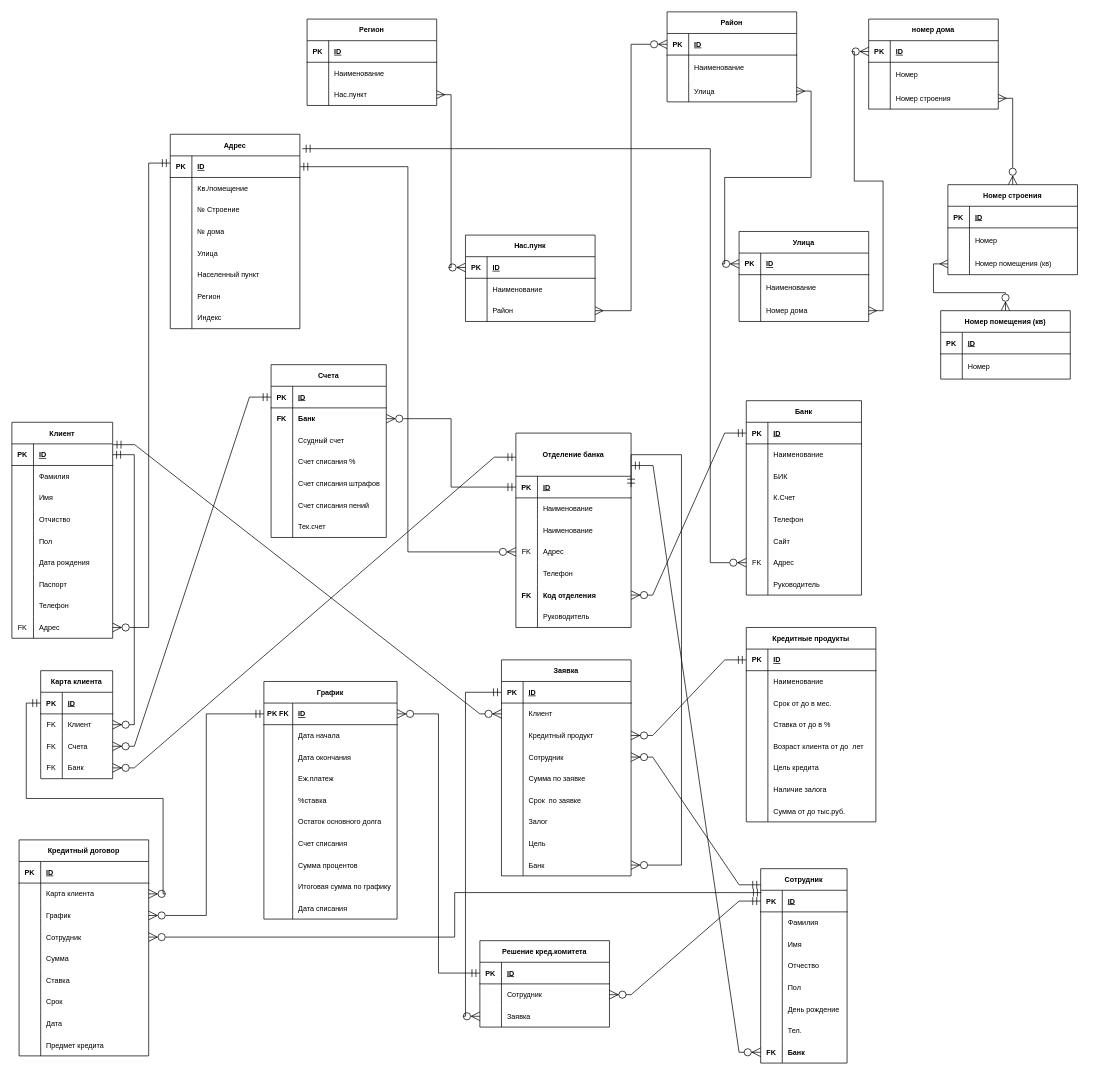
The draw.io diagram Диаграмма без названия.drawio in RadmirSalikhov/job4j_elementary, before the edit. Source tidied: cells renumbered, new cells numbered last; positions are measured from the earlier drawing's top-left corner, leaving out a move shared by most shapes. Both pictures are drawn from the tidied source at 72%, with x=0, y=0 at pixel (12, 12).
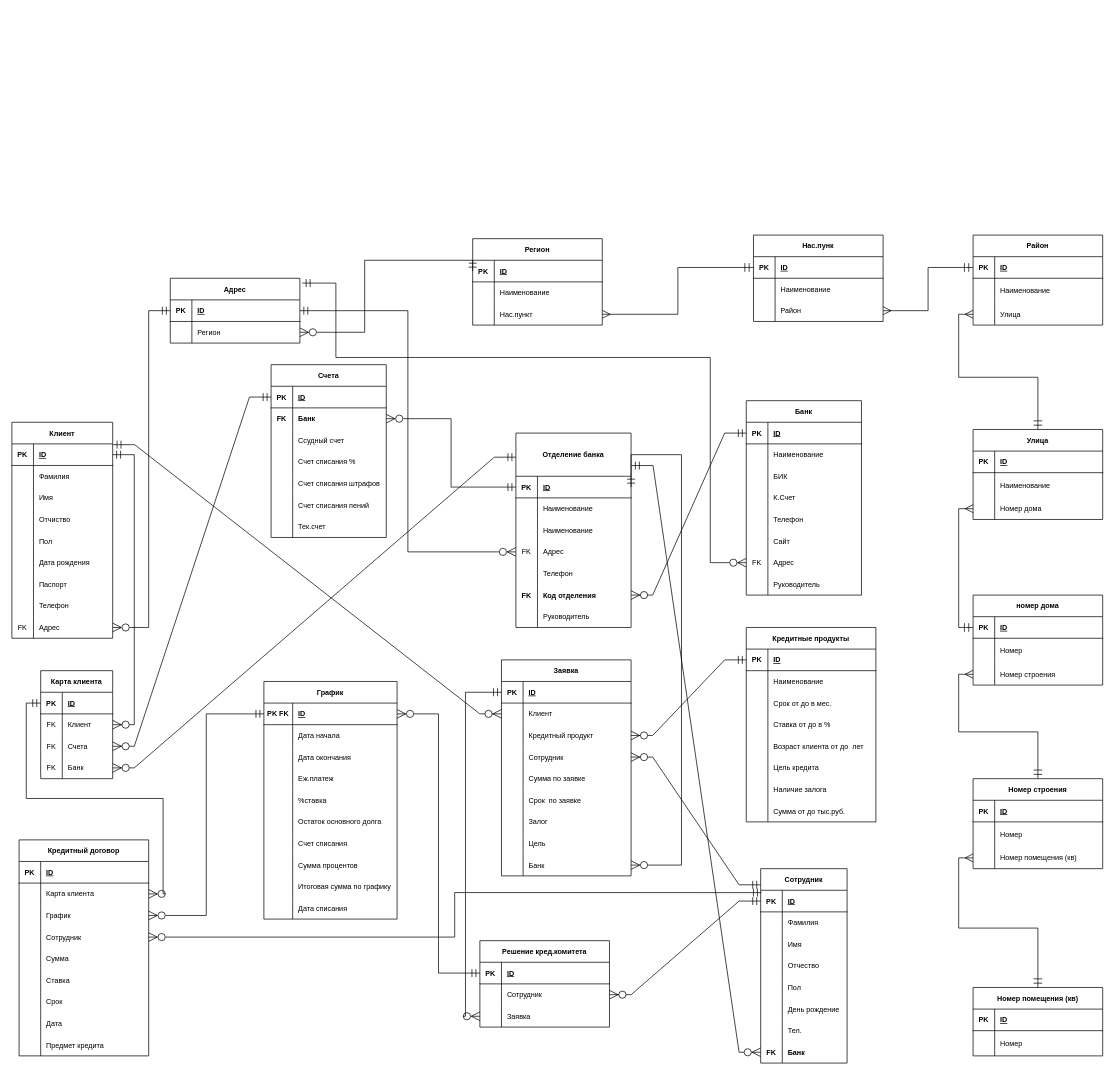
The same page after the edit.

Unchanged cells that the change refers to:
```xml
<mxCell id="27" style="shape=tableRow;horizontal=0;startSize=0;swimlaneHead=0;swimlaneBody=0;fillColor=none;points=[[0,0.5],[1,0.5]];portConstraint=eastwest;top=0;left=0;right=0;bottom=0;fontSize=10;" parent="2" vertex="1">
  <mxGeometry y="270" width="140" height="30" as="geometry" />
</mxCell>
<mxCell id="131" style="shape=tableRow;horizontal=0;startSize=0;swimlaneHead=0;swimlaneBody=0;fillColor=none;points=[[0,0.5],[1,0.5]];portConstraint=eastwest;top=0;left=0;right=0;bottom=0;fontSize=10;" parent="112" vertex="1">
  <mxGeometry y="210" width="160" height="30" as="geometry" />
</mxCell>
<mxCell id="167" style="shape=tableRow;horizontal=0;startSize=0;swimlaneHead=0;swimlaneBody=0;fillColor=none;points=[[0,0.5],[1,0.5]];portConstraint=eastwest;top=0;left=0;right=0;bottom=1;fontSize=10;" parent="166" vertex="1">
  <mxGeometry y="30" width="180" height="30" as="geometry" />
</mxCell>
<mxCell id="170" style="shape=tableRow;horizontal=0;startSize=0;swimlaneHead=0;swimlaneBody=0;fillColor=none;points=[[0,0.5],[1,0.5]];portConstraint=eastwest;top=0;left=0;right=0;bottom=0;fontSize=10;" parent="166" vertex="1">
  <mxGeometry y="60" width="180" height="30" as="geometry" />
</mxCell>
<mxCell id="305" style="shape=tableRow;horizontal=0;startSize=0;swimlaneHead=0;swimlaneBody=0;fillColor=none;points=[[0,0.5],[1,0.5]];portConstraint=eastwest;top=0;left=0;right=0;bottom=1;fontSize=10;" parent="304" vertex="1">
  <mxGeometry y="30" width="180" height="30" as="geometry" />
</mxCell>
<mxCell id="311" style="shape=tableRow;horizontal=0;startSize=0;swimlaneHead=0;swimlaneBody=0;fillColor=none;points=[[0,0.5],[1,0.5]];portConstraint=eastwest;top=0;left=0;right=0;bottom=0;fontSize=10;" parent="304" vertex="1">
  <mxGeometry y="90" width="180" height="30" as="geometry" />
</mxCell>
<mxCell id="315" style="shape=tableRow;horizontal=0;startSize=0;swimlaneHead=0;swimlaneBody=0;fillColor=none;points=[[0,0.5],[1,0.5]];portConstraint=eastwest;top=0;left=0;right=0;bottom=1;fontSize=10;" parent="314" vertex="1">
  <mxGeometry y="30" width="180" height="30" as="geometry" />
</mxCell>
<mxCell id="321" style="shape=tableRow;horizontal=0;startSize=0;swimlaneHead=0;swimlaneBody=0;fillColor=none;points=[[0,0.5],[1,0.5]];portConstraint=eastwest;top=0;left=0;right=0;bottom=0;fontSize=10;" parent="314" vertex="1">
  <mxGeometry y="90" width="180" height="30" as="geometry" />
</mxCell>
<mxCell id="325" style="shape=tableRow;horizontal=0;startSize=0;swimlaneHead=0;swimlaneBody=0;fillColor=none;points=[[0,0.5],[1,0.5]];portConstraint=eastwest;top=0;left=0;right=0;bottom=1;fontSize=10;" parent="324" vertex="1">
  <mxGeometry y="30" width="180" height="30" as="geometry" />
</mxCell>
<mxCell id="331" style="shape=tableRow;horizontal=0;startSize=0;swimlaneHead=0;swimlaneBody=0;fillColor=none;points=[[0,0.5],[1,0.5]];portConstraint=eastwest;top=0;left=0;right=0;bottom=0;fontSize=10;" parent="324" vertex="1">
  <mxGeometry y="95" width="180" height="30" as="geometry" />
</mxCell>
<mxCell id="336" style="shape=tableRow;horizontal=0;startSize=0;swimlaneHead=0;swimlaneBody=0;fillColor=none;points=[[0,0.5],[1,0.5]];portConstraint=eastwest;top=0;left=0;right=0;bottom=1;fontSize=10;" parent="335" vertex="1">
  <mxGeometry y="30" width="180" height="30" as="geometry" />
</mxCell>
<mxCell id="342" style="shape=tableRow;horizontal=0;startSize=0;swimlaneHead=0;swimlaneBody=0;fillColor=none;points=[[0,0.5],[1,0.5]];portConstraint=eastwest;top=0;left=0;right=0;bottom=0;fontSize=10;" parent="335" vertex="1">
  <mxGeometry y="95" width="180" height="30" as="geometry" />
</mxCell>
<mxCell id="347" style="shape=tableRow;horizontal=0;startSize=0;swimlaneHead=0;swimlaneBody=0;fillColor=none;points=[[0,0.5],[1,0.5]];portConstraint=eastwest;top=0;left=0;right=0;bottom=1;fontSize=10;" parent="346" vertex="1">
  <mxGeometry y="30" width="180" height="30" as="geometry" />
</mxCell>
<mxCell id="353" style="shape=tableRow;horizontal=0;startSize=0;swimlaneHead=0;swimlaneBody=0;fillColor=none;points=[[0,0.5],[1,0.5]];portConstraint=eastwest;top=0;left=0;right=0;bottom=0;fontSize=10;" parent="346" vertex="1">
  <mxGeometry y="95" width="180" height="30" as="geometry" />
</mxCell>
<mxCell id="364" style="shape=tableRow;horizontal=0;startSize=0;swimlaneHead=0;swimlaneBody=0;fillColor=none;points=[[0,0.5],[1,0.5]];portConstraint=eastwest;top=0;left=0;right=0;bottom=0;fontSize=10;" parent="357" vertex="1">
  <mxGeometry y="95" width="180" height="30" as="geometry" />
</mxCell>
```

The edit, as a diff of the source:
```diff
@@
     <mxCell id="166" value="Адрес" style="shape=table;startSize=30;childLayout=tableLayout;rowLines=0;fontStyle=1;align=center;fontSize=10;" parent="1" vertex="1">
-      <mxGeometry x="220" y="170" width="180" height="270" as="geometry" />
+      <mxGeometry x="220" y="370" width="180" height="90" as="geometry" />
     </mxCell>
@@
-    <mxCell id="172" value="Кв./помещение" style="shape=partialRectangle;fillColor=none;top=0;left=0;bottom=0;right=0;align=left;spacingLeft=6;overflow=hidden;fontSize=10;" parent="170" vertex="1">
+    <mxCell id="172" value="Регион" style="shape=partialRectangle;fillColor=none;top=0;left=0;bottom=0;right=0;align=left;spacingLeft=6;overflow=hidden;fontSize=10;" parent="170" vertex="1">
       <mxGeometry x="30" width="150" height="30" as="geometry" />
     </mxCell>
-    <mxCell id="173" style="shape=tableRow;horizontal=0;startSize=0;swimlaneHead=0;swimlaneBody=0;fillColor=none;top=0;left=0;right=0;bottom=0;fontSize=10;" parent="166" vertex="1">
-      <mxGeometry y="90" width="180" height="30" as="geometry" />
-    </mxCell>
-    <mxCell id="174" style="shape=partialRectangle;fillColor=none;top=0;left=0;bottom=0;right=0;overflow=hidden;fontSize=10;" parent="173" vertex="1">
-      <mxGeometry width="30" height="30" as="geometry" />
-    </mxCell>
-    <mxCell id="175" value="№ Строение" style="shape=partialRectangle;fillColor=none;top=0;left=0;bottom=0;right=0;align=left;spacingLeft=6;overflow=hidden;fontSize=10;" parent="173" vertex="1">
-      <mxGeometry x="30" width="150" height="30" as="geometry" />
-    </mxCell>
-    <mxCell id="176" style="shape=tableRow;horizontal=0;startSize=0;swimlaneHead=0;swimlaneBody=0;fillColor=none;top=0;left=0;right=0;bottom=0;fontSize=10;" parent="166" vertex="1">
-      <mxGeometry y="120" width="180" height="30" as="geometry" />
-    </mxCell>
-    <mxCell id="177" style="shape=partialRectangle;fillColor=none;top=0;left=0;bottom=0;right=0;overflow=hidden;fontSize=10;" parent="176" vertex="1">
-      <mxGeometry width="30" height="30" as="geometry" />
-    </mxCell>
-    <mxCell id="178" value="№ дома" style="shape=partialRectangle;fillColor=none;top=0;left=0;bottom=0;right=0;align=left;spacingLeft=6;overflow=hidden;fontSize=10;" parent="176" vertex="1">
-      <mxGeometry x="30" width="150" height="30" as="geometry" />
-    </mxCell>
-    <mxCell id="179" style="shape=tableRow;horizontal=0;startSize=0;swimlaneHead=0;swimlaneBody=0;fillColor=none;top=0;left=0;right=0;bottom=0;fontSize=10;" parent="166" vertex="1">
-      <mxGeometry y="150" width="180" height="30" as="geometry" />
-    </mxCell>
-    <mxCell id="180" style="shape=partialRectangle;fillColor=none;top=0;left=0;bottom=0;right=0;overflow=hidden;fontSize=10;" parent="179" vertex="1">
-      <mxGeometry width="30" height="30" as="geometry" />
-    </mxCell>
-    <mxCell id="181" value="Улица" style="shape=partialRectangle;fillColor=none;top=0;left=0;bottom=0;right=0;align=left;spacingLeft=6;overflow=hidden;fontSize=10;" parent="179" vertex="1">
-      <mxGeometry x="30" width="150" height="30" as="geometry" />
-    </mxCell>
-    <mxCell id="182" style="shape=tableRow;horizontal=0;startSize=0;swimlaneHead=0;swimlaneBody=0;fillColor=none;top=0;left=0;right=0;bottom=0;fontSize=10;" parent="166" vertex="1">
-      <mxGeometry y="180" width="180" height="30" as="geometry" />
-    </mxCell>
-    <mxCell id="183" style="shape=partialRectangle;fillColor=none;top=0;left=0;bottom=0;right=0;overflow=hidden;fontSize=10;" parent="182" vertex="1">
-      <mxGeometry width="30" height="30" as="geometry" />
-    </mxCell>
-    <mxCell id="184" value="Населенный пункт" style="shape=partialRectangle;fillColor=none;top=0;left=0;bottom=0;right=0;align=left;spacingLeft=6;overflow=hidden;fontSize=10;" parent="182" vertex="1">
-      <mxGeometry x="30" width="150" height="30" as="geometry" />
-    </mxCell>
-    <mxCell id="185" style="shape=tableRow;horizontal=0;startSize=0;swimlaneHead=0;swimlaneBody=0;fillColor=none;top=0;left=0;right=0;bottom=0;fontSize=10;" parent="166" vertex="1">
-      <mxGeometry y="210" width="180" height="30" as="geometry" />
-    </mxCell>
-    <mxCell id="186" style="shape=partialRectangle;fillColor=none;top=0;left=0;bottom=0;right=0;overflow=hidden;fontSize=10;" parent="185" vertex="1">
-      <mxGeometry width="30" height="30" as="geometry" />
-    </mxCell>
-    <mxCell id="187" value="Регион" style="shape=partialRectangle;fillColor=none;top=0;left=0;bottom=0;right=0;align=left;spacingLeft=6;overflow=hidden;fontSize=10;" parent="185" vertex="1">
-      <mxGeometry x="30" width="150" height="30" as="geometry" />
-    </mxCell>
-    <mxCell id="188" style="shape=tableRow;horizontal=0;startSize=0;swimlaneHead=0;swimlaneBody=0;fillColor=none;top=0;left=0;right=0;bottom=0;fontSize=10;" parent="166" vertex="1">
-      <mxGeometry y="240" width="180" height="30" as="geometry" />
-    </mxCell>
-    <mxCell id="189" style="shape=partialRectangle;fillColor=none;top=0;left=0;bottom=0;right=0;overflow=hidden;fontSize=10;" parent="188" vertex="1">
-      <mxGeometry width="30" height="30" as="geometry" />
-    </mxCell>
-    <mxCell id="190" value="Индекс" style="shape=partialRectangle;fillColor=none;top=0;left=0;bottom=0;right=0;align=left;spacingLeft=6;overflow=hidden;fontSize=10;" parent="188" vertex="1">
-      <mxGeometry x="30" width="150" height="30" as="geometry" />
-    </mxCell>
@@
     <mxCell id="301" style="edgeStyle=orthogonalEdgeStyle;rounded=0;jettySize=auto;html=1;exitX=1.018;exitY=0.074;exitDx=0;exitDy=0;entryX=0;entryY=0.5;entryDx=0;entryDy=0;fontSize=10;startArrow=ERmandOne;startFill=0;endArrow=ERzeroToMany;endFill=0;startSize=9;endSize=10;exitPerimeter=0;" parent="1" edge="1" source="166" target="131">
       <mxGeometry relative="1" as="geometry">
         <Array as="points">
-          <mxPoint x="970" y="190" />
+          <mxPoint x="450" y="377" />
+          <mxPoint x="450" y="480" />
+          <mxPoint x="970" y="480" />
           <mxPoint x="970" y="765" />
         </Array>
       </mxGeometry>
     </mxCell>
-    <mxCell id="302" style="edgeStyle=orthogonalEdgeStyle;rounded=0;jettySize=auto;html=1;entryX=1;entryY=0.5;entryDx=0;entryDy=0;fontSize=10;startArrow=ERmandOne;startFill=0;endArrow=ERzeroToMany;endFill=0;startSize=9;endSize=10;" parent="1" edge="1" target="27">
+    <mxCell id="302" style="edgeStyle=orthogonalEdgeStyle;rounded=0;jettySize=auto;html=1;entryX=1;entryY=0.5;entryDx=0;entryDy=0;fontSize=10;startArrow=ERmandOne;startFill=0;endArrow=ERzeroToMany;endFill=0;startSize=9;endSize=10;exitX=0;exitY=0.5;exitDx=0;exitDy=0;" parent="1" edge="1" source="167" target="27">
       <mxGeometry relative="1" as="geometry">
-        <mxPoint x="220" y="210" as="sourcePoint" />
         <Array as="points">
-          <mxPoint x="190" y="210" />
+          <mxPoint x="190" y="415" />
           <mxPoint x="190" y="855" />
         </Array>
       </mxGeometry>
     </mxCell>
-    <mxCell id="303" style="edgeStyle=orthogonalEdgeStyle;rounded=0;jettySize=auto;html=1;fontSize=10;startArrow=ERmany;startFill=0;endArrow=ERzeroToMany;endFill=0;startSize=9;endSize=10;exitX=1;exitY=0.5;exitDx=0;exitDy=0;entryX=0;entryY=0.5;entryDx=0;entryDy=0;" parent="1" edge="1" source="311" target="315">
+    <mxCell id="303" style="edgeStyle=orthogonalEdgeStyle;rounded=0;jettySize=auto;html=1;fontSize=10;startArrow=ERmany;startFill=0;endArrow=ERmandOne;endFill=0;startSize=9;endSize=10;exitX=1;exitY=0.5;exitDx=0;exitDy=0;entryX=0;entryY=0.5;entryDx=0;entryDy=0;" parent="1" edge="1" source="311" target="315">
       <mxGeometry relative="1" as="geometry" />
     </mxCell>
     <mxCell id="304" value="Регион" style="shape=table;startSize=30;childLayout=tableLayout;rowLines=0;fontStyle=1;align=center;fontSize=10;" parent="1" vertex="1">
-      <mxGeometry x="410" y="10" width="180" height="120" as="geometry" />
+      <mxGeometry x="640" y="315" width="180" height="120" as="geometry" />
     </mxCell>
@@
     <mxCell id="314" value="Нас.пунк" style="shape=table;startSize=30;childLayout=tableLayout;rowLines=0;fontStyle=1;align=center;fontSize=10;" parent="1" vertex="1">
-      <mxGeometry x="630" y="310" width="180" height="120" as="geometry" />
+      <mxGeometry x="1030" y="310" width="180" height="120" as="geometry" />
     </mxCell>
@@
     <mxCell id="324" value="Район" style="shape=table;startSize=30;childLayout=tableLayout;rowLines=0;fontStyle=1;align=center;fontSize=10;" parent="1" vertex="1">
-      <mxGeometry x="910" width="180" height="125" as="geometry" />
+      <mxGeometry x="1335" y="310" width="180" height="125" as="geometry" />
     </mxCell>
@@
-    <mxCell id="334" style="edgeStyle=orthogonalEdgeStyle;rounded=0;jettySize=auto;html=1;fontSize=10;startArrow=ERmany;startFill=0;endArrow=ERzeroToMany;endFill=0;startSize=9;endSize=10;entryX=0;entryY=0.5;entryDx=0;entryDy=0;exitX=1;exitY=0.5;exitDx=0;exitDy=0;" parent="1" edge="1" source="321" target="325">
+    <mxCell id="334" style="edgeStyle=orthogonalEdgeStyle;rounded=0;jettySize=auto;html=1;fontSize=10;startArrow=ERmany;startFill=0;endArrow=ERmandOne;endFill=0;startSize=9;endSize=10;entryX=0;entryY=0.5;entryDx=0;entryDy=0;exitX=1;exitY=0.5;exitDx=0;exitDy=0;" parent="1" edge="1" source="321" target="325">
       <mxGeometry relative="1" as="geometry" />
     </mxCell>
     <mxCell id="335" value="Улица" style="shape=table;startSize=30;childLayout=tableLayout;rowLines=0;fontStyle=1;align=center;fontSize=10;" parent="1" vertex="1">
-      <mxGeometry x="1010" y="305" width="180" height="125" as="geometry" />
+      <mxGeometry x="1335" y="580" width="180" height="125" as="geometry" />
     </mxCell>
@@
-    <mxCell id="345" style="edgeStyle=orthogonalEdgeStyle;rounded=0;jettySize=auto;html=1;fontSize=10;startArrow=ERmany;startFill=0;endArrow=ERzeroToMany;endFill=0;startSize=9;endSize=10;entryX=0;entryY=0.5;entryDx=0;entryDy=0;" parent="1" edge="1" source="331" target="336">
+    <mxCell id="345" style="edgeStyle=orthogonalEdgeStyle;rounded=0;jettySize=auto;html=1;fontSize=10;startArrow=ERmany;startFill=0;endArrow=ERmandOne;endFill=0;startSize=9;endSize=10;" parent="1" edge="1" source="331" target="335">
       <mxGeometry relative="1" as="geometry" />
     </mxCell>
     <mxCell id="346" value="номер дома" style="shape=table;startSize=30;childLayout=tableLayout;rowLines=0;fontStyle=1;align=center;fontSize=10;" parent="1" vertex="1">
-      <mxGeometry x="1190" y="10" width="180" height="125" as="geometry" />
+      <mxGeometry x="1335" y="810" width="180" height="125" as="geometry" />
     </mxCell>
@@
-    <mxCell id="356" style="edgeStyle=orthogonalEdgeStyle;rounded=0;jettySize=auto;html=1;fontSize=10;startArrow=ERmany;startFill=0;endArrow=ERzeroToMany;endFill=0;startSize=9;endSize=10;entryX=0;entryY=0.5;entryDx=0;entryDy=0;" parent="1" edge="1" source="342" target="347">
+    <mxCell id="356" style="edgeStyle=orthogonalEdgeStyle;rounded=0;jettySize=auto;html=1;fontSize=10;startArrow=ERmany;startFill=0;endArrow=ERmandOne;endFill=0;startSize=9;endSize=10;entryX=0;entryY=0.5;entryDx=0;entryDy=0;" parent="1" edge="1" source="342" target="347">
       <mxGeometry relative="1" as="geometry" />
     </mxCell>
     <mxCell id="357" value="Номер строения" style="shape=table;startSize=30;childLayout=tableLayout;rowLines=0;fontStyle=1;align=center;fontSize=10;" parent="1" vertex="1">
-      <mxGeometry x="1300" y="240" width="180" height="125" as="geometry" />
+      <mxGeometry x="1335" y="1065" width="180" height="125" as="geometry" />
     </mxCell>
@@
-    <mxCell id="367" style="edgeStyle=orthogonalEdgeStyle;rounded=0;jettySize=auto;html=1;fontSize=10;startArrow=ERmany;startFill=0;endArrow=ERzeroToMany;endFill=0;startSize=9;endSize=10;" parent="1" edge="1" source="353" target="357">
+    <mxCell id="367" style="edgeStyle=orthogonalEdgeStyle;rounded=0;jettySize=auto;html=1;fontSize=10;startArrow=ERmany;startFill=0;endArrow=ERmandOne;endFill=0;startSize=9;endSize=10;" parent="1" edge="1" source="353" target="357">
       <mxGeometry relative="1" as="geometry" />
     </mxCell>
     <mxCell id="368" value="Номер помещения (кв)" style="shape=table;startSize=30;childLayout=tableLayout;rowLines=0;fontStyle=1;align=center;fontSize=10;" parent="1" vertex="1">
-      <mxGeometry x="1290" y="415" width="180" height="95" as="geometry" />
+      <mxGeometry x="1335" y="1355" width="180" height="95" as="geometry" />
     </mxCell>
@@
-    <mxCell id="375" style="edgeStyle=orthogonalEdgeStyle;rounded=0;jettySize=auto;html=1;fontSize=10;startArrow=ERmany;startFill=0;endArrow=ERzeroToMany;endFill=0;startSize=9;endSize=10;" parent="1" edge="1" source="364" target="368">
+    <mxCell id="375" style="edgeStyle=orthogonalEdgeStyle;rounded=0;jettySize=auto;html=1;fontSize=10;startArrow=ERmany;startFill=0;endArrow=ERmandOne;endFill=0;startSize=9;endSize=10;" parent="1" edge="1" source="364" target="368">
       <mxGeometry relative="1" as="geometry" />
     </mxCell>
+    <mxCell id="376" style="edgeStyle=orthogonalEdgeStyle;rounded=0;jettySize=auto;html=1;fontSize=10;startArrow=ERmandOne;startFill=0;endArrow=ERzeroToMany;endFill=0;startSize=9;endSize=10;entryX=1;entryY=0.5;entryDx=0;entryDy=0;exitX=0;exitY=0.5;exitDx=0;exitDy=0;" parent="1" edge="1" source="305" target="170">
+      <mxGeometry relative="1" as="geometry">
+        <Array as="points">
+          <mxPoint x="490" y="345" />
+          <mxPoint x="490" y="445" />
+        </Array>
+      </mxGeometry>
+    </mxCell>
```
